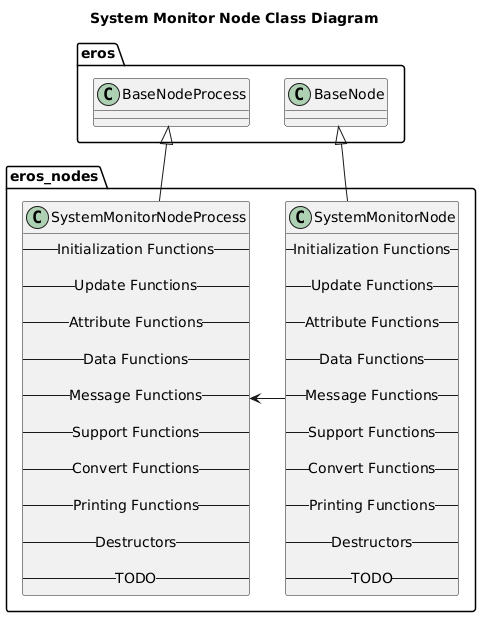
Earlier version of the PlantUML export nodes/SystemMonitor/doc/output/SystemMonitorNodeClassDiagram.png (dgitz/eros). Its diagram source:
```plantuml
@startuml
title System Monitor Node Class Diagram
package eros {
    class BaseNode
    class BaseNodeProcess
}
namespace eros_nodes {
    class SystemMonitorNode {
        -- Initialization Functions --

        -- Update Functions --

        -- Attribute Functions --

        -- Data Functions --

        -- Message Functions --

        -- Support Functions --

        -- Convert Functions --

        -- Printing Functions --

        -- Destructors --

        -- TODO --
    }
    class SystemMonitorNodeProcess {
        -- Initialization Functions --

        -- Update Functions --

        -- Attribute Functions --

        -- Data Functions --

        -- Message Functions --

        -- Support Functions --

        -- Convert Functions --

        -- Printing Functions --

        -- Destructors --

        -- TODO --
    }

    BaseNode <|-- SystemMonitorNode
    BaseNodeProcess <|-- SystemMonitorNodeProcess
    SystemMonitorNode -> SystemMonitorNodeProcess
}

@enduml
```
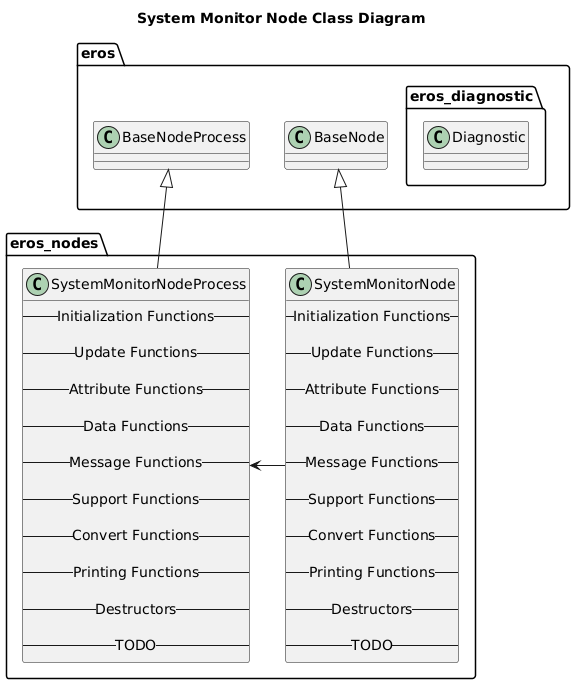
The same diagram one commit later.

Diff of the diagram source:
```diff
@@ -3,6 +3,9 @@
 package eros {
     class BaseNode
     class BaseNodeProcess
+    namespace eros_diagnostic {
+        class Diagnostic
+    }
 }
 namespace eros_nodes {
     class SystemMonitorNode {
```
